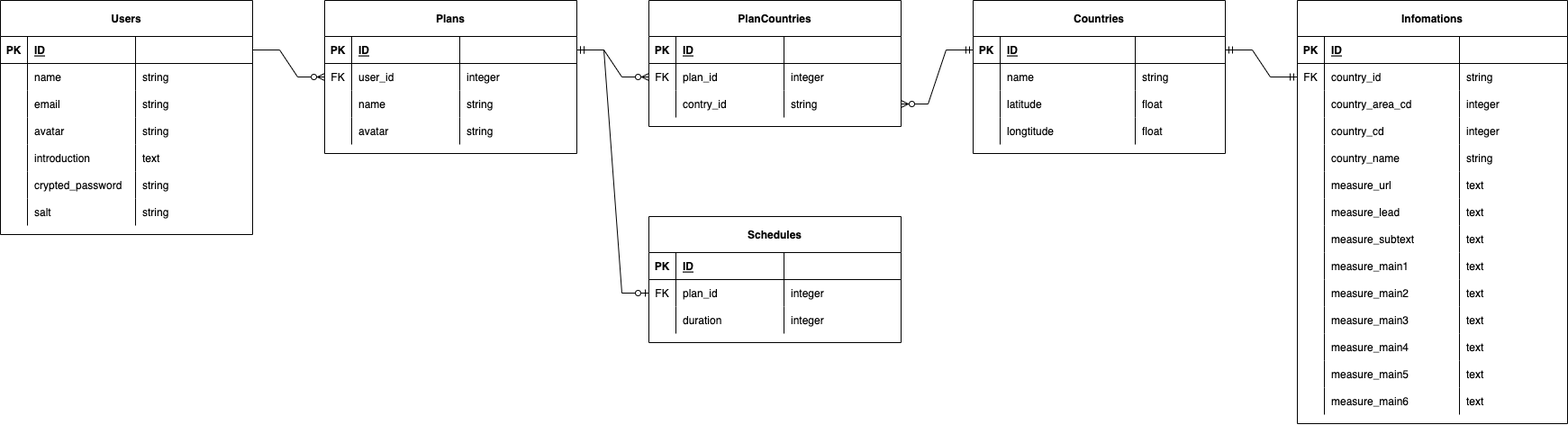
Before: Round_Planner.drawio.png, a diagram exported from draw.io (tomitahisaki/portfolio). Source tidied: cells renumbered, new cells last; positions are measured from the earlier drawing's top-left corner, leaving out a move shared by most shapes.
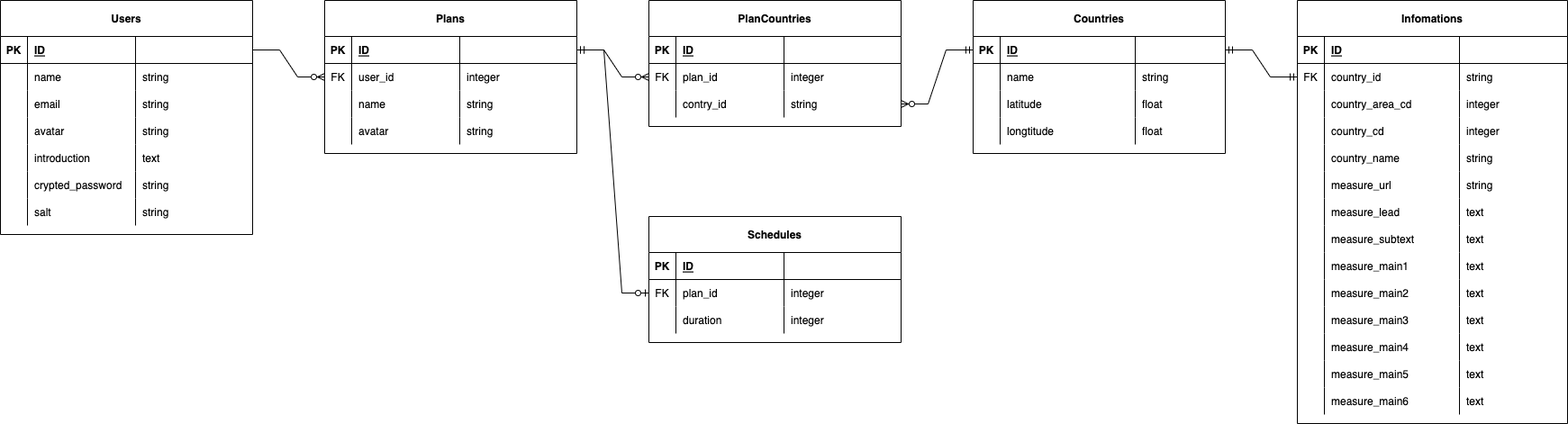
After the change.

Commit message:
Round_Planner.drawio.png を追加しました。

Change to the diagram source:
```diff
@@ -355,7 +355,7 @@
     <mxCell id="118" value="measure_url" style="shape=partialRectangle;overflow=hidden;fillColor=none;top=0;left=0;bottom=0;right=0;align=left;spacingLeft=6;labelBackgroundColor=none;rounded=0;" parent="116" vertex="1">
       <mxGeometry x="30" width="150" height="30" as="geometry" />
     </mxCell>
-    <mxCell id="119" value="text" style="shape=partialRectangle;overflow=hidden;fillColor=none;top=0;left=0;bottom=0;right=0;align=left;spacingLeft=6;labelBackgroundColor=none;rounded=0;" parent="116" vertex="1">
+    <mxCell id="119" value="string" style="shape=partialRectangle;overflow=hidden;fillColor=none;top=0;left=0;bottom=0;right=0;align=left;spacingLeft=6;labelBackgroundColor=none;rounded=0;" parent="116" vertex="1">
       <mxGeometry x="180" width="120" height="30" as="geometry" />
     </mxCell>
     <mxCell id="120" style="shape=partialRectangle;fillColor=none;top=0;left=0;right=0;bottom=0;labelBackgroundColor=none;rounded=0;" parent="95" vertex="1">
```
